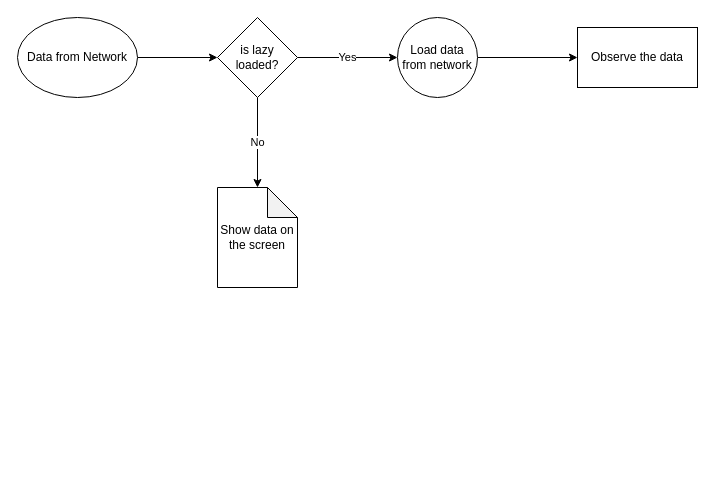
Earlier version of the draw.io diagram lazy_load.drawio (puneet-practeon/Compose-Examples). Source tidied: cells renumbered, new cells numbered last; positions are measured from the earlier drawing's top-left corner, leaving out a move shared by most shapes. Both pictures are drawn from the tidied source at 100%, with x=0, y=0 at pixel (17, 17).
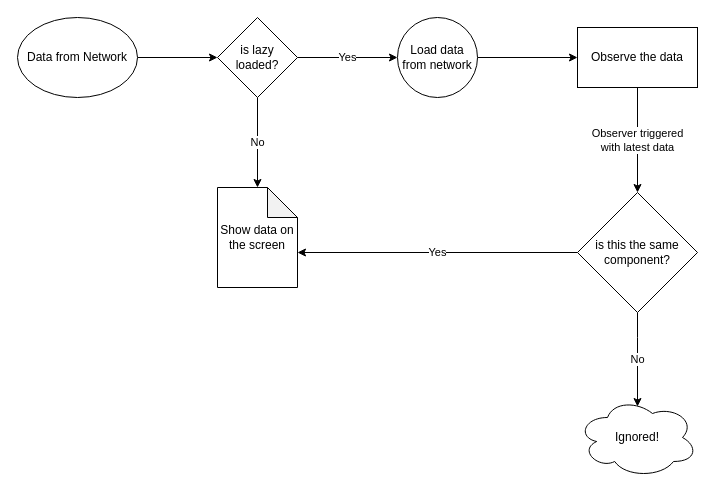
Above is the later version.

What changed in the source:
```diff
@@
 <mxGraphModel>
   <root>
     <mxCell id="0" />
     <mxCell id="1" parent="0" />
     <mxCell id="2" style="edgeStyle=orthogonalEdgeStyle;rounded=0;jettySize=auto;html=1;entryX=0;entryY=0.5;entryDx=0;entryDy=0;" parent="1" edge="1" source="3" target="6">
       <mxGeometry relative="1" as="geometry" />
     </mxCell>
     <mxCell id="3" value="Data from Network" style="ellipse;whiteSpace=wrap;html=1;" parent="1" vertex="1">
       <mxGeometry width="120" height="80" as="geometry" />
     </mxCell>
     <mxCell id="4" value="No" style="edgeStyle=orthogonalEdgeStyle;rounded=0;jettySize=auto;html=1;entryX=0.5;entryY=0;entryDx=0;entryDy=0;entryPerimeter=0;" parent="1" edge="1" source="6" target="7">
       <mxGeometry relative="1" as="geometry" />
     </mxCell>
     <mxCell id="5" value="Yes" style="edgeStyle=orthogonalEdgeStyle;rounded=0;jettySize=auto;html=1;entryX=0;entryY=0.5;entryDx=0;entryDy=0;" parent="1" edge="1" source="6" target="9">
       <mxGeometry relative="1" as="geometry" />
     </mxCell>
     <mxCell id="6" value="is lazy&lt;br&gt;loaded?" style="rhombus;whiteSpace=wrap;html=1;" parent="1" vertex="1">
       <mxGeometry x="200" width="80" height="80" as="geometry" />
     </mxCell>
     <mxCell id="7" value="Show data on the screen" style="shape=note;whiteSpace=wrap;html=1;backgroundOutline=1;darkOpacity=0.05;" parent="1" vertex="1">
       <mxGeometry x="200" y="170" width="80" height="100" as="geometry" />
     </mxCell>
     <mxCell id="8" style="edgeStyle=orthogonalEdgeStyle;rounded=0;jettySize=auto;html=1;entryX=0;entryY=0.5;entryDx=0;entryDy=0;" parent="1" edge="1" source="9" target="10">
       <mxGeometry relative="1" as="geometry" />
     </mxCell>
     <mxCell id="9" value="Load data from network" style="ellipse;whiteSpace=wrap;html=1;" parent="1" vertex="1">
       <mxGeometry x="380" width="80" height="80" as="geometry" />
     </mxCell>
+    <mxCell id="11" value="Observer triggered&lt;br&gt;with latest data" style="edgeStyle=orthogonalEdgeStyle;rounded=0;jettySize=auto;html=1;entryX=0.5;entryY=0;entryDx=0;entryDy=0;" parent="1" edge="1" source="10" target="14">
+      <mxGeometry relative="1" as="geometry" />
+    </mxCell>
     <mxCell id="10" value="Observe the data" style="rounded=0;whiteSpace=wrap;html=1;" parent="1" vertex="1">
       <mxGeometry x="560" y="10" width="120" height="60" as="geometry" />
     </mxCell>
+    <mxCell id="12" value="No" style="edgeStyle=orthogonalEdgeStyle;rounded=0;jettySize=auto;html=1;entryX=0.5;entryY=0.113;entryDx=0;entryDy=0;entryPerimeter=0;" parent="1" edge="1" source="14" target="15">
+      <mxGeometry relative="1" as="geometry">
+        <Array as="points">
+          <mxPoint x="620" y="320" />
+          <mxPoint x="620" y="320" />
+        </Array>
+      </mxGeometry>
+    </mxCell>
+    <mxCell id="13" value="Yes" style="edgeStyle=orthogonalEdgeStyle;rounded=0;jettySize=auto;html=1;entryX=0;entryY=0;entryDx=80;entryDy=65;entryPerimeter=0;" parent="1" edge="1" source="14" target="7">
+      <mxGeometry relative="1" as="geometry" />
+    </mxCell>
+    <mxCell id="14" value="is this the same component?" style="rhombus;whiteSpace=wrap;html=1;" parent="1" vertex="1">
+      <mxGeometry x="560" y="175" width="120" height="120" as="geometry" />
+    </mxCell>
+    <mxCell id="15" value="Ignored!" style="ellipse;shape=cloud;whiteSpace=wrap;html=1;" parent="1" vertex="1">
+      <mxGeometry x="560" y="380" width="120" height="80" as="geometry" />
+    </mxCell>
   </root>
 </mxGraphModel>
```
